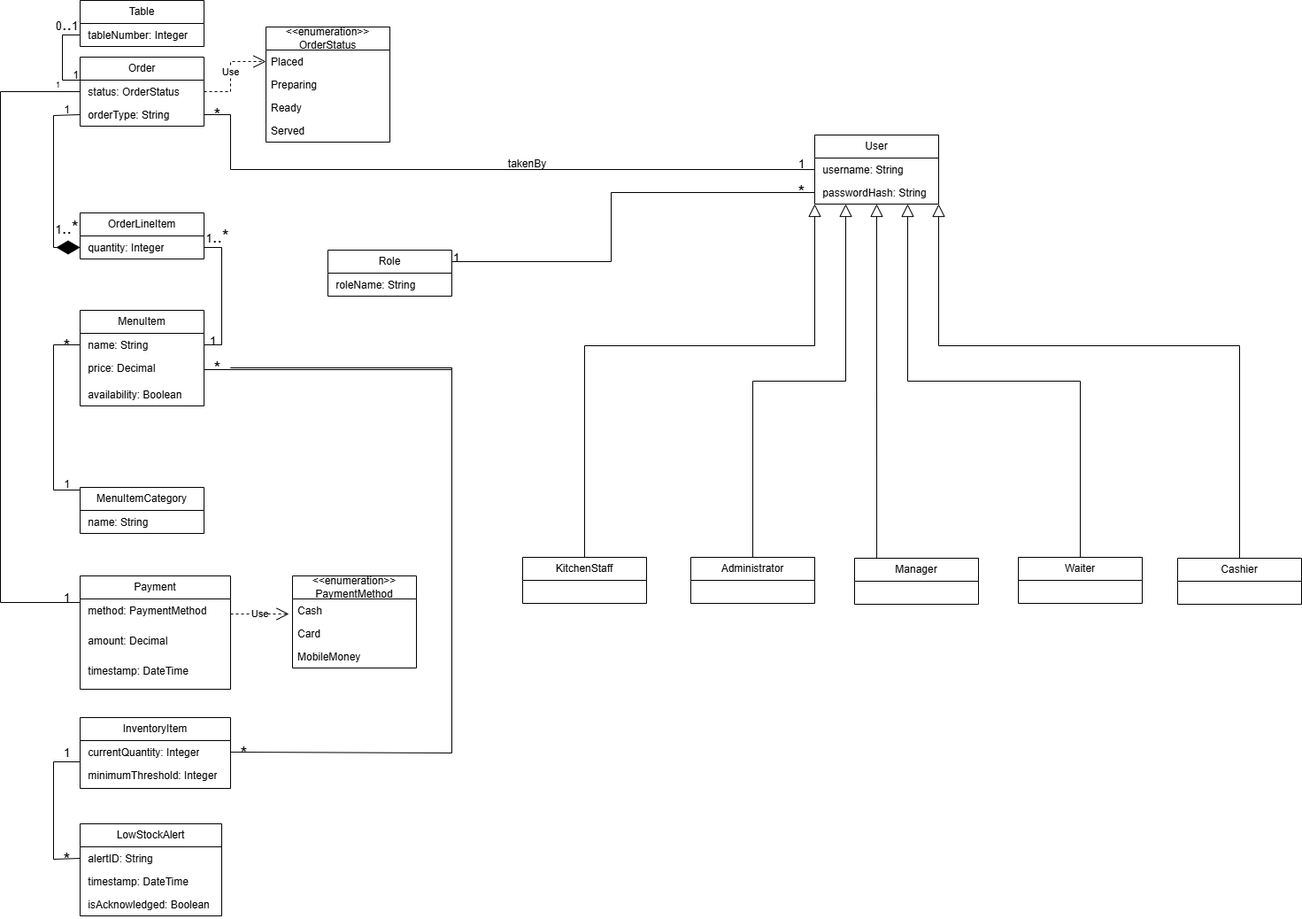
The draw.io diagram ELABORATION PHASE/ITERATION 1/diagrams/domain_model.png in Gsiach/Cafe-POS-project, before a commit. Source tidied: cells renumbered, new cells last; positions are measured from the earlier drawing's top-left corner, leaving out a move shared by most shapes.
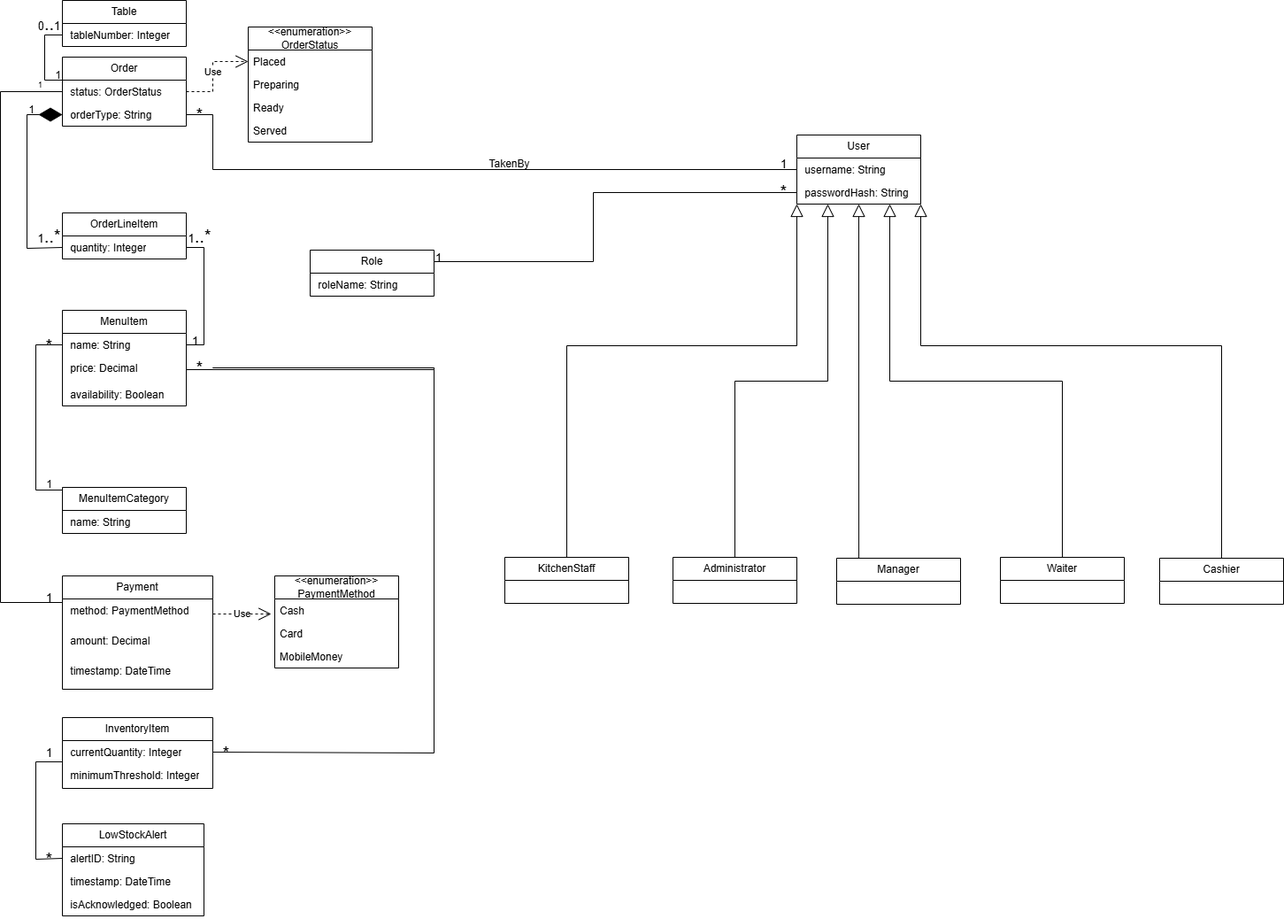
Above is the later version.

Commit message:
corrected composition relationship in domain model diagram

Diff of the diagram source:
```diff
@@ -1,4 +1,4 @@
-<mxGraphModel>
+<mxGraphModel background="#ffffff">
   <root>
     <mxCell id="0" />
     <mxCell id="1" parent="0" />
@@ -41,11 +41,11 @@
     <mxCell id="14" value="&amp;nbsp;name: String" style="text;strokeColor=none;fillColor=none;align=left;verticalAlign=top;spacingLeft=4;spacingRight=4;overflow=hidden;points=[[0,0.5],[1,0.5]];portConstraint=eastwest;whiteSpace=wrap;html=1;" parent="13" vertex="1">
       <mxGeometry y="26" width="140" height="26" as="geometry" />
     </mxCell>
-    <mxCell id="15" style="endArrow=diamondThin;endFill=1;endSize=24;html=1;rounded=0;exitX=0;exitY=0.5;exitDx=0;exitDy=0;entryX=0;entryY=0.5;entryDx=0;entryDy=0;" parent="1" edge="1" source="10" target="7">
+    <mxCell id="15" style="endArrow=diamondThin;endFill=1;endSize=24;html=1;rounded=0;exitX=0;exitY=0.5;exitDx=0;exitDy=0;entryX=0;entryY=0.5;entryDx=0;entryDy=0;" parent="1" edge="1" source="7" target="10">
       <mxGeometry relative="1" as="geometry">
         <Array as="points">
-          <mxPoint x="60" y="130" />
-          <mxPoint x="60" y="279" />
+          <mxPoint x="50" y="280" />
+          <mxPoint x="50" y="129" />
         </Array>
       </mxGeometry>
     </mxCell>
@@ -148,8 +148,8 @@
     <mxCell id="41" style="endArrow=none;html=1;edgeStyle=orthogonalEdgeStyle;rounded=0;entryX=0;entryY=0.25;entryDx=0;entryDy=0;exitX=0;exitY=0.5;exitDx=0;exitDy=0;" parent="1" edge="1" source="8" target="30">
       <mxGeometry relative="1" as="geometry">
         <Array as="points">
-          <mxPoint y="103" />
-          <mxPoint y="680" />
+          <mxPoint x="20" y="103" />
+          <mxPoint x="20" y="680" />
           <mxPoint x="90" y="680" />
         </Array>
       </mxGeometry>
@@ -221,7 +221,7 @@
         </Array>
       </mxGeometry>
     </mxCell>
-    <mxCell id="56" value="takenBy" style="text;html=1;align=center;verticalAlign=middle;strokeColor=none;fillColor=none;" parent="1" vertex="1">
+    <mxCell id="56" value="TakenBy" style="text;html=1;align=center;verticalAlign=middle;strokeColor=none;fillColor=none;" parent="1" vertex="1">
       <mxGeometry x="560" y="170" width="70" height="30" as="geometry" />
     </mxCell>
     <mxCell id="57" style="endArrow=none;html=1;edgeStyle=orthogonalEdgeStyle;rounded=0;exitX=1;exitY=0.5;exitDx=0;exitDy=0;entryX=1;entryY=0.5;entryDx=0;entryDy=0;" parent="1" edge="1" source="72" target="39">
@@ -233,11 +233,8 @@
       </mxGeometry>
     </mxCell>
     <mxCell id="58" value="&lt;font style=&quot;font-size: 13px;&quot;&gt;1&lt;/font&gt;&lt;font style=&quot;font-size: 20px;&quot;&gt;..*&lt;/font&gt;" style="text;html=1;align=center;verticalAlign=middle;strokeColor=none;fillColor=none;" parent="1" vertex="1">
-      <mxGeometry x="50" y="236" width="50" height="40" as="geometry" />
+      <mxGeometry x="50" y="246" width="50" height="40" as="geometry" />
     </mxCell>
-    <mxCell id="59" value="&lt;font&gt;1&lt;/font&gt;" style="text;html=1;align=center;verticalAlign=middle;strokeColor=none;fillColor=none;" parent="1" vertex="1">
-      <mxGeometry x="60" y="109" width="30" height="30" as="geometry" />
-    </mxCell>
     <mxCell id="60" value="&lt;font style=&quot;font-size: 13px;&quot;&gt;1&lt;/font&gt;" style="text;html=1;align=center;verticalAlign=middle;strokeColor=none;fillColor=none;" parent="1" vertex="1">
       <mxGeometry x="225" y="370" width="30" height="30" as="geometry" />
     </mxCell>
@@ -320,5 +317,8 @@
     <mxCell id="80" value="&lt;font style=&quot;font-size: 20px;&quot;&gt;*&lt;/font&gt;" style="text;html=1;align=center;verticalAlign=middle;strokeColor=none;fillColor=none;" parent="1" vertex="1">
       <mxGeometry x="890" y="196" width="30" height="40" as="geometry" />
     </mxCell>
+    <mxCell id="59" value="&lt;font&gt;1&lt;/font&gt;" style="text;html=1;align=center;verticalAlign=middle;strokeColor=none;fillColor=none;" parent="1" vertex="1">
+      <mxGeometry x="40" y="109" width="30" height="30" as="geometry" />
+    </mxCell>
   </root>
 </mxGraphModel>
```
